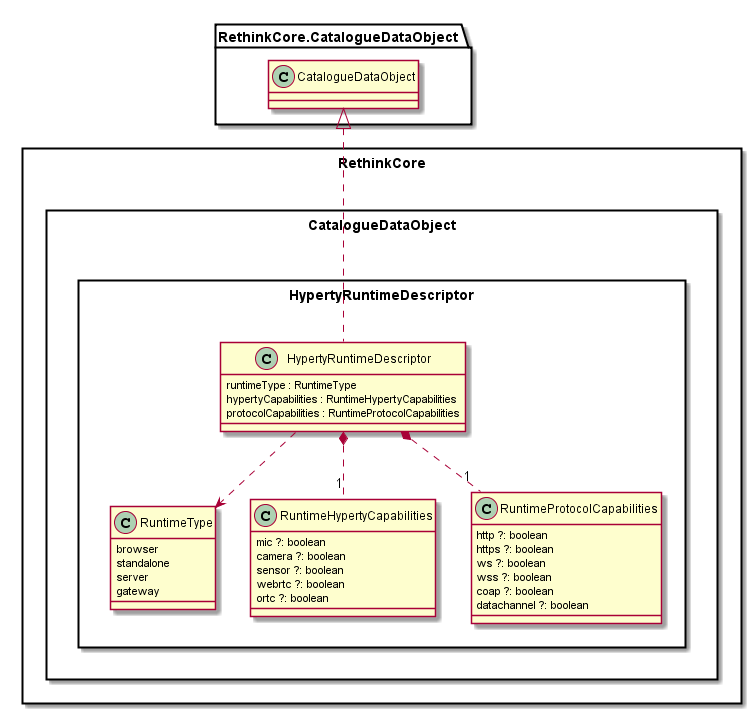
The PlantUML diagram datamodel/core/hyperty-catalogue/Hyperty-Runtime-Descriptor-Data-Object-Model.png in reTHINK-project/specs, before a commit.
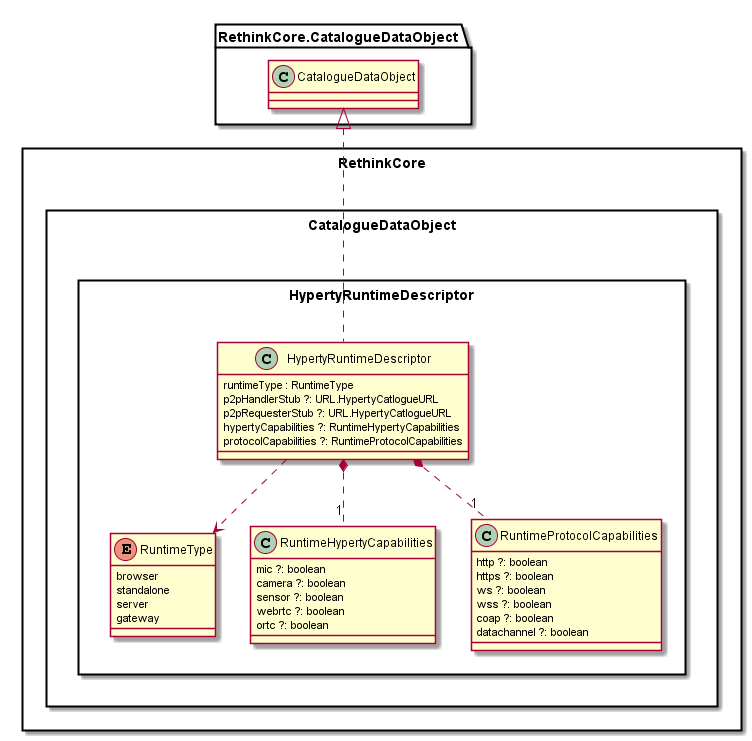
Above is the later version.

The edit, as a diff of the source:
```diff
@@ -1,4 +1,4 @@
-@startuml "../../docs/datamodel/core/hyperty-catalogue/Hyperty-Runtime-Descriptor-Data-Object-Model.png"
+@startuml "../../datamodel/core/hyperty-catalogue/Hyperty-Runtime-Descriptor-Data-Object-Model.png"
 
 package RethinkCore <<Rect>> {
 
@@ -8,11 +8,13 @@
 
 			class HypertyRuntimeDescriptor {
 				runtimeType : RuntimeType
-				hypertyCapabilities : RuntimeHypertyCapabilities
-				protocolCapabilities : RuntimeProtocolCapabilities
+				p2pHandlerStub ?: URL.HypertyCatlogueURL
+				p2pRequesterStub ?: URL.HypertyCatlogueURL
+				hypertyCapabilities ?: RuntimeHypertyCapabilities
+				protocolCapabilities ?: RuntimeProtocolCapabilities
 			}
 
-			class RuntimeType {
+			enum RuntimeType {
 				browser
 				standalone
 				server
```
